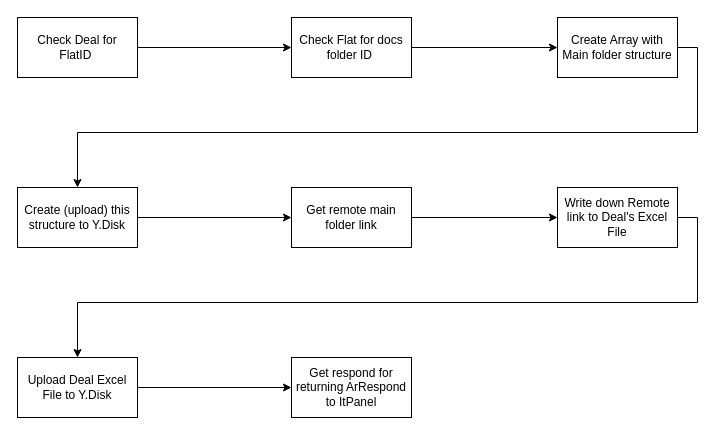
WEBSTUDIUS/DIAGRAMS keeps this draw.io diagram as page "File class" (2 of 3) of e-n_backup_diagram.drawio. Above is the earlier version. Source tidied: cells renumbered, new cells numbered last; positions are measured from the earlier drawing's top-left corner, leaving out a move shared by most shapes. Both pictures are drawn from the tidied source at 100%, with x=0, y=0 at pixel (17, 17).
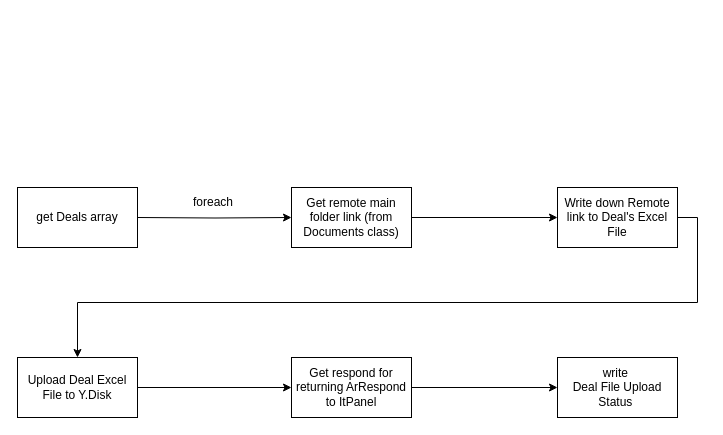
The same page after the edit.

The edit, as a diff of the source:
```diff
@@
 <mxGraphModel>
   <root>
     <mxCell id="0" />
     <mxCell id="1" parent="0" />
-    <mxCell id="2" style="edgeStyle=orthogonalEdgeStyle;rounded=0;jettySize=auto;html=1;exitX=1;exitY=0.5;exitDx=0;exitDy=0;entryX=0;entryY=0.5;entryDx=0;entryDy=0;" parent="1" edge="1" source="3" target="5">
-      <mxGeometry relative="1" as="geometry" />
-    </mxCell>
-    <mxCell id="3" value="Check Deal for Flat&lt;span style=&quot;background-color: transparent; color: light-dark(rgb(0, 0, 0), rgb(255, 255, 255));&quot;&gt;ID&lt;/span&gt;&lt;span style=&quot;background-color: transparent; color: light-dark(rgb(0, 0, 0), rgb(255, 255, 255));&quot;&gt;&amp;nbsp;&lt;/span&gt;" style="rounded=0;whiteSpace=wrap;html=1;" parent="1" vertex="1">
-      <mxGeometry width="120" height="60" as="geometry" />
+    <mxCell id="3" value="get Deals array" style="rounded=0;whiteSpace=wrap;html=1;" parent="1" vertex="1">
+      <mxGeometry y="170" width="120" height="60" as="geometry" />
     </mxCell>
-    <mxCell id="4" style="edgeStyle=orthogonalEdgeStyle;rounded=0;jettySize=auto;html=1;exitX=1;exitY=0.5;exitDx=0;exitDy=0;entryX=0;entryY=0.5;entryDx=0;entryDy=0;" parent="1" edge="1" source="5" target="7">
-      <mxGeometry relative="1" as="geometry" />
-    </mxCell>
-    <mxCell id="5" value="Check Flat for docs folder ID&lt;span style=&quot;background-color: transparent; color: light-dark(rgb(0, 0, 0), rgb(255, 255, 255));&quot;&gt;&amp;nbsp;&lt;/span&gt;" style="rounded=0;whiteSpace=wrap;html=1;" parent="1" vertex="1">
-      <mxGeometry x="274" width="120" height="60" as="geometry" />
-    </mxCell>
-    <mxCell id="6" style="edgeStyle=orthogonalEdgeStyle;rounded=0;jettySize=auto;html=1;exitX=1;exitY=0.5;exitDx=0;exitDy=0;" parent="1" edge="1" source="7" target="9">
-      <mxGeometry relative="1" as="geometry" />
-    </mxCell>
-    <mxCell id="7" value="Create Array with Main folder structure" style="rounded=0;whiteSpace=wrap;html=1;" parent="1" vertex="1">
-      <mxGeometry x="540" width="120" height="60" as="geometry" />
-    </mxCell>
-    <mxCell id="8" style="edgeStyle=orthogonalEdgeStyle;rounded=0;jettySize=auto;html=1;exitX=1;exitY=0.5;exitDx=0;exitDy=0;entryX=0;entryY=0.5;entryDx=0;entryDy=0;" parent="1" edge="1" source="9" target="11">
-      <mxGeometry relative="1" as="geometry" />
+    <mxCell id="8" style="edgeStyle=orthogonalEdgeStyle;rounded=0;jettySize=auto;html=1;exitX=1;exitY=0.5;exitDx=0;exitDy=0;entryX=0;entryY=0.5;entryDx=0;entryDy=0;" parent="1" edge="1" target="11">
+      <mxGeometry relative="1" as="geometry">
+        <mxPoint x="120" y="200" as="sourcePoint" />
+      </mxGeometry>
     </mxCell>
-    <mxCell id="9" value="Create (upload) this structure to Y.Disk" style="rounded=0;whiteSpace=wrap;html=1;" parent="1" vertex="1">
-      <mxGeometry y="170" width="120" height="60" as="geometry" />
-    </mxCell>
     <mxCell id="10" style="edgeStyle=orthogonalEdgeStyle;rounded=0;jettySize=auto;html=1;exitX=1;exitY=0.5;exitDx=0;exitDy=0;entryX=0;entryY=0.5;entryDx=0;entryDy=0;" parent="1" edge="1" source="11" target="13">
       <mxGeometry relative="1" as="geometry" />
     </mxCell>
-    <mxCell id="11" value="Get remote main folder link" style="rounded=0;whiteSpace=wrap;html=1;" parent="1" vertex="1">
+    <mxCell id="11" value="Get remote main folder link (from Documents class)" style="rounded=0;whiteSpace=wrap;html=1;" parent="1" vertex="1">
       <mxGeometry x="274" y="170" width="120" height="60" as="geometry" />
     </mxCell>
     <mxCell id="12" style="edgeStyle=orthogonalEdgeStyle;rounded=0;jettySize=auto;html=1;exitX=1;exitY=0.5;exitDx=0;exitDy=0;" parent="1" edge="1" source="13" target="15">
       <mxGeometry relative="1" as="geometry" />
     </mxCell>
     <mxCell id="13" value="Write down Remote link to Deal's Excel File" style="rounded=0;whiteSpace=wrap;html=1;" parent="1" vertex="1">
       <mxGeometry x="540" y="170" width="120" height="60" as="geometry" />
     </mxCell>
     <mxCell id="14" style="edgeStyle=orthogonalEdgeStyle;rounded=0;jettySize=auto;html=1;exitX=1;exitY=0.5;exitDx=0;exitDy=0;entryX=0;entryY=0.5;entryDx=0;entryDy=0;" parent="1" edge="1" source="15" target="16">
       <mxGeometry relative="1" as="geometry" />
     </mxCell>
     <mxCell id="15" value="Upload Deal Excel File to Y.Disk" style="rounded=0;whiteSpace=wrap;html=1;" parent="1" vertex="1">
       <mxGeometry y="340" width="120" height="60" as="geometry" />
     </mxCell>
+    <mxCell id="17" style="edgeStyle=orthogonalEdgeStyle;rounded=0;jettySize=auto;html=1;entryX=0;entryY=0.5;entryDx=0;entryDy=0;" parent="1" edge="1" source="16" target="19">
+      <mxGeometry relative="1" as="geometry" />
+    </mxCell>
     <mxCell id="16" value="Get respond for returning ArRespond to ItPanel" style="rounded=0;whiteSpace=wrap;html=1;" parent="1" vertex="1">
       <mxGeometry x="274" y="340" width="120" height="60" as="geometry" />
     </mxCell>
+    <mxCell id="18" value="foreach" style="text;strokeColor=none;fillColor=none;align=left;verticalAlign=middle;spacingLeft=4;spacingRight=4;overflow=hidden;whiteSpace=wrap;html=1;" parent="1" vertex="1">
+      <mxGeometry x="170" y="170" width="80" height="30" as="geometry" />
+    </mxCell>
+    <mxCell id="19" value="write&amp;nbsp;&lt;div&gt;Deal File Upload Status&amp;nbsp;&lt;/div&gt;" style="rounded=0;whiteSpace=wrap;html=1;" parent="1" vertex="1">
+      <mxGeometry x="540" y="340" width="120" height="60" as="geometry" />
+    </mxCell>
   </root>
 </mxGraphModel>
```
